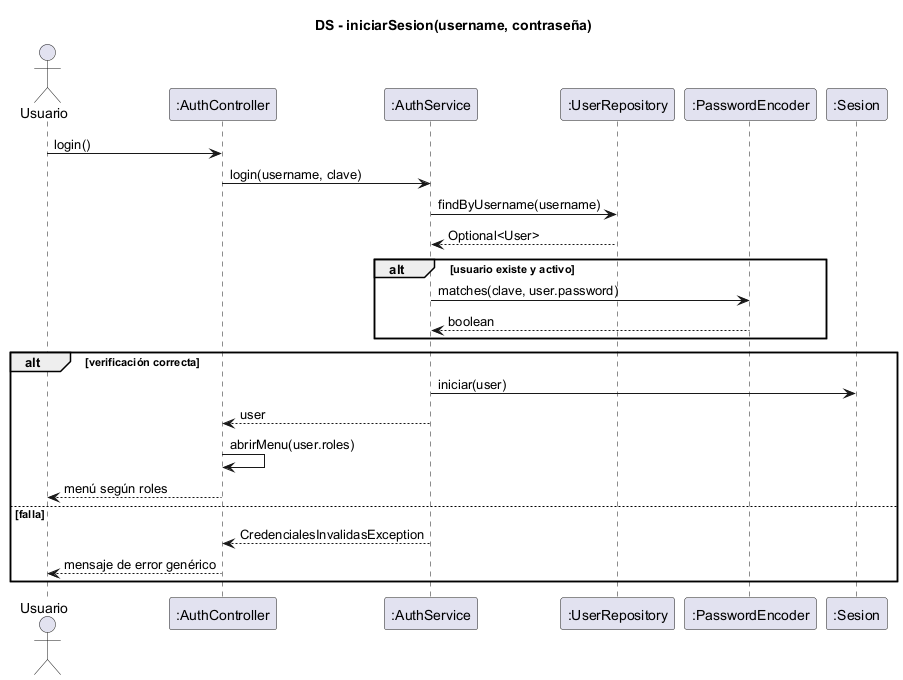
Before: document/diagramas/ds-iniciar-sesion.png, a diagram exported from PlantUML (ISMAELALTHENOFER/BACKOFFICE-ACADEMICO-ITEC-N-1).
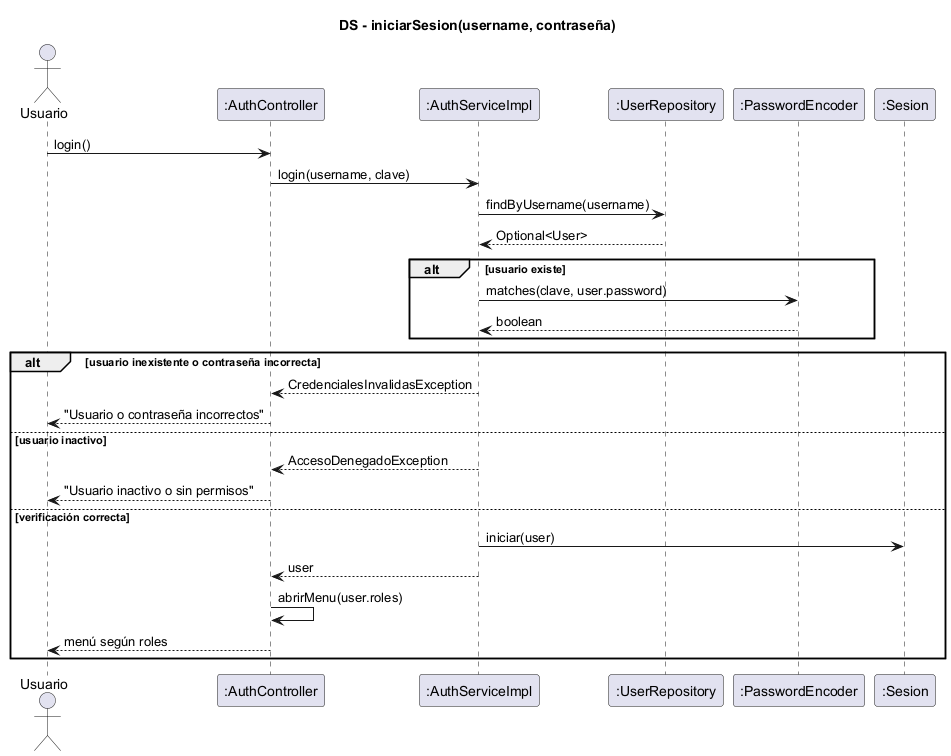
Above is the later version.

What changed in the source:
```diff
@@ -3,7 +3,7 @@
 title DS - iniciarSesion(username, contraseña)
 actor Usuario
 participant ":AuthController" as C
-participant ":AuthService" as A
+participant ":AuthServiceImpl" as A
 participant ":UserRepository" as R
 participant ":PasswordEncoder" as H
 participant ":Sesion" as SE
@@ -12,17 +12,20 @@
 C -> A : login(username, clave)
 A -> R : findByUsername(username)
 R --> A : Optional<User>
-alt usuario existe y activo
+alt usuario existe
   A -> H : matches(clave, user.password)
   H --> A : boolean
 end
-alt verificación correcta
+alt usuario inexistente o contraseña incorrecta
+  A --> C : CredencialesInvalidasException
+  C --> Usuario : "Usuario o contraseña incorrectos"
+else usuario inactivo
+  A --> C : AccesoDenegadoException
+  C --> Usuario : "Usuario inactivo o sin permisos"
+else verificación correcta
   A -> SE : iniciar(user)
   A --> C : user
   C -> C : abrirMenu(user.roles)
   C --> Usuario : menú según roles
-else falla
-  A --> C : CredencialesInvalidasException
-  C --> Usuario : mensaje de error genérico
 end
 @enduml
```
